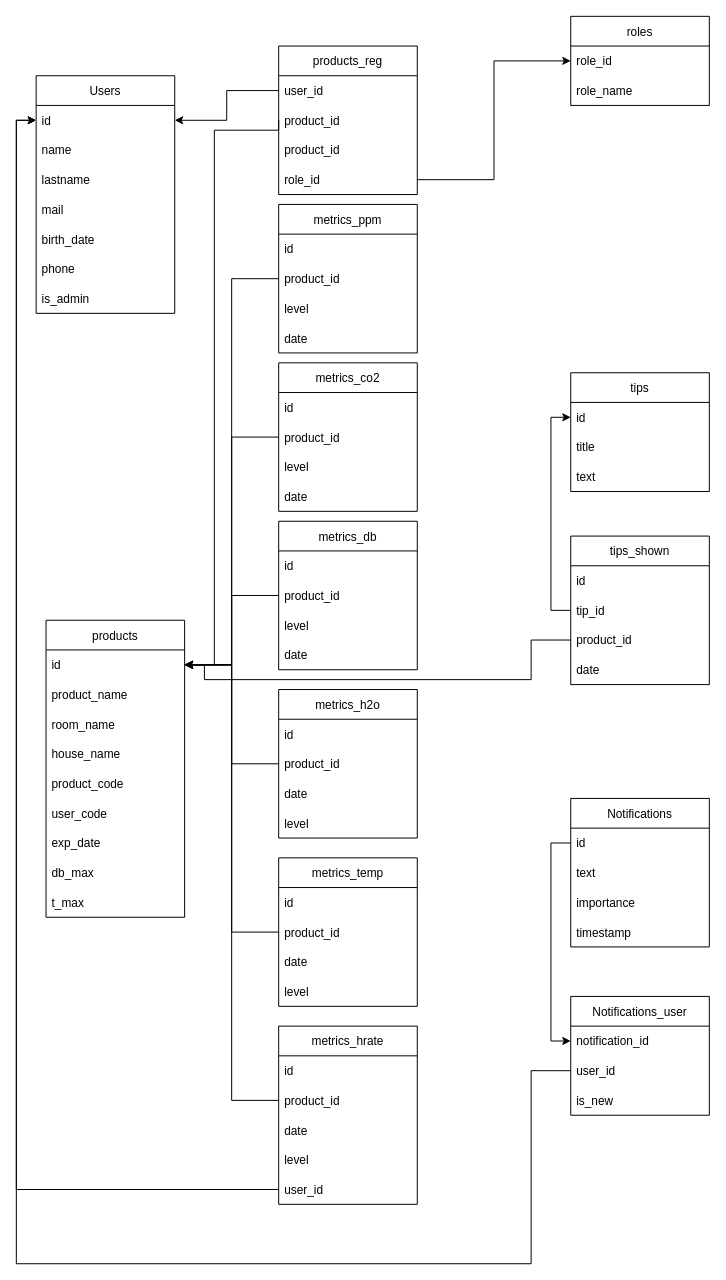
Earlier version of the draw.io diagram diagrams/bdd.drawio (HipppB/safeHub). Source tidied: cells renumbered, new cells numbered last; positions are measured from the earlier drawing's top-left corner, leaving out a move shared by most shapes. Both pictures are drawn from the tidied source at 99%, with x=0, y=0 at pixel (16, 16).
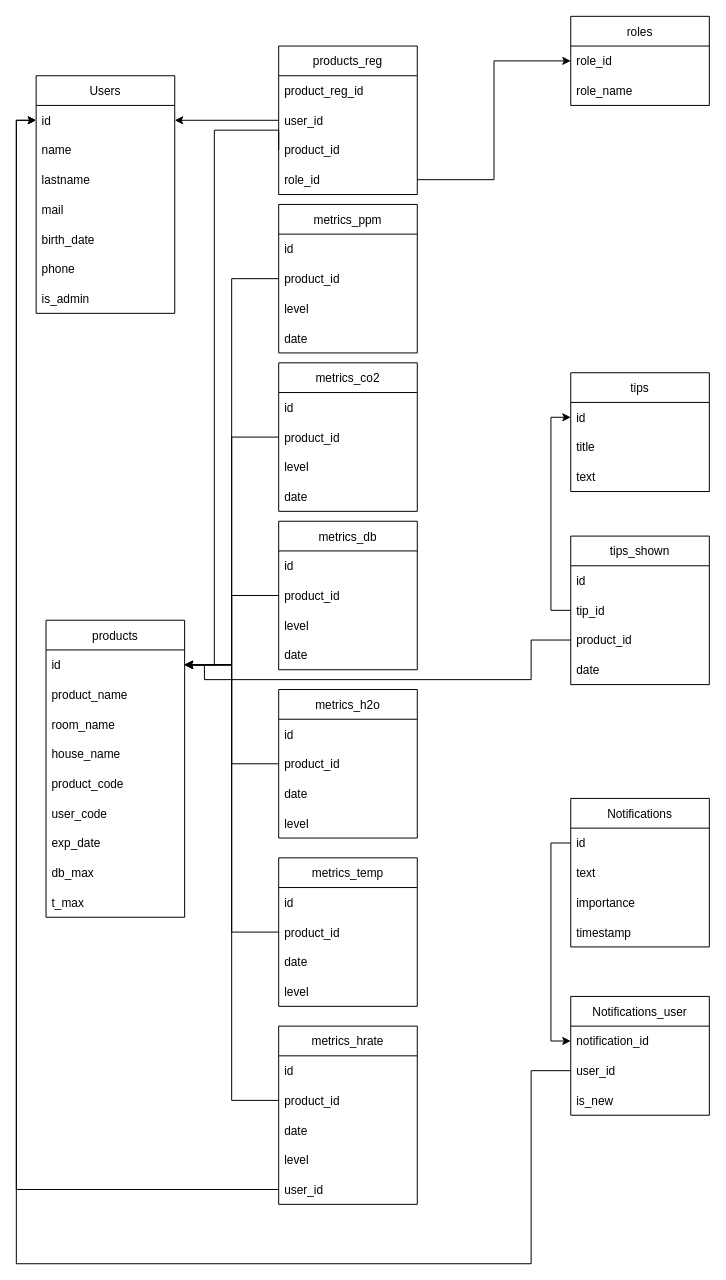
The same diagram, later.

Commit message:
Mettre à jour bdd.drawio

The change refers to these unchanged cells:
```xml
<mxCell id="41" value="products_reg" style="swimlane;fontStyle=0;horizontal=1;startSize=30;" parent="1" vertex="1">
  <mxGeometry x="265" y="30" width="140" height="150" as="geometry" />
</mxCell>
```

Change to the diagram source:
```diff
@@
+    <mxCell id="91" value="product_reg_id" style="text;strokeColor=none;fillColor=none;align=left;verticalAlign=middle;spacingLeft=4;spacingRight=4;overflow=hidden;" parent="41" vertex="1">
+      <mxGeometry y="30" width="140" height="30" as="geometry" />
+    </mxCell>
     <mxCell id="42" value="user_id" style="text;strokeColor=none;fillColor=none;align=left;verticalAlign=middle;spacingLeft=4;spacingRight=4;overflow=hidden;points=[[0,0.5],[1,0.5]];portConstraint=eastwest;" parent="41" vertex="1">
-      <mxGeometry y="30" width="140" height="30" as="geometry" />
+      <mxGeometry y="60" width="140" height="30" as="geometry" />
     </mxCell>
     <mxCell id="43" value="product_id" style="text;strokeColor=none;fillColor=none;align=left;verticalAlign=middle;spacingLeft=4;spacingRight=4;overflow=hidden;points=[[0,0.5],[1,0.5]];portConstraint=eastwest;" parent="41" vertex="1">
-      <mxGeometry y="60" width="140" height="30" as="geometry" />
+      <mxGeometry y="90" width="140" height="30" as="geometry" />
     </mxCell>
-    <mxCell id="44" value="product_id" style="text;strokeColor=none;fillColor=none;align=left;verticalAlign=middle;spacingLeft=4;spacingRight=4;overflow=hidden;" parent="41" vertex="1">
-      <mxGeometry y="90" width="140" height="30" as="geometry" />
-    </mxCell>
```
